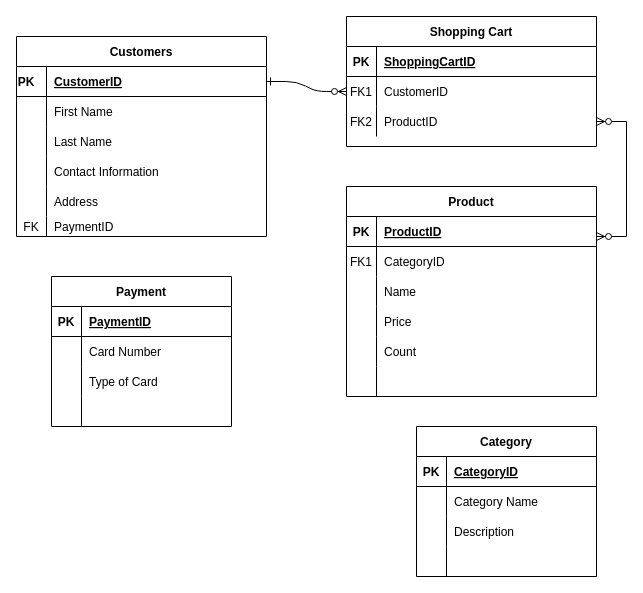
This is Untitled Diagram.drawio from NotNanetteKaye/EntityDiagram, a draw.io file, before an edit. Source tidied: cells renumbered, new cells numbered last; positions are measured from the earlier drawing's top-left corner, leaving out a move shared by most shapes. Both pictures are drawn from the tidied source at 100%, with x=0, y=0 at pixel (16, 16).
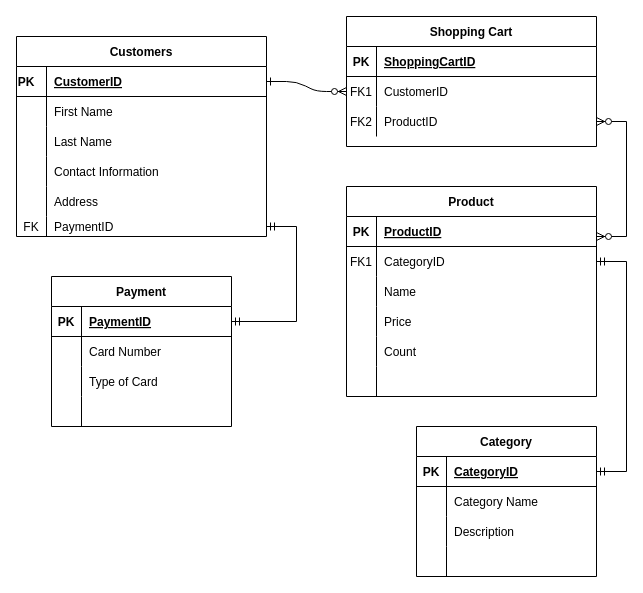
The same page after the edit.

Commit message:
added arrows to connect customers to payment table and category to product table

The change refers to these unchanged cells:
```xml
<mxCell id="17" style="shape=partialRectangle;fillColor=none;points=[[0,0.5],[1,0.5]];portConstraint=eastwest;top=0;left=0;right=0;bottom=0;" parent="13" vertex="1">
  <mxGeometry y="60" width="250" height="30" as="geometry" />
</mxCell>
<mxCell id="48" style="shape=partialRectangle;fillColor=none;points=[[0,0.5],[1,0.5]];portConstraint=eastwest;top=0;left=0;right=0;bottom=0;" parent="32" vertex="1">
  <mxGeometry y="180" width="250" height="20" as="geometry" />
</mxCell>
<mxCell id="52" style="shape=tableRow;horizontal=0;startSize=0;swimlaneHead=0;swimlaneBody=0;fillColor=none;points=[[0,0.5],[1,0.5]];portConstraint=eastwest;top=0;left=0;right=0;bottom=1;" parent="51" vertex="1">
  <mxGeometry y="30" width="180" height="30" as="geometry" />
</mxCell>
<mxCell id="67" style="shape=tableRow;horizontal=0;startSize=0;swimlaneHead=0;swimlaneBody=0;fillColor=none;points=[[0,0.5],[1,0.5]];portConstraint=eastwest;top=0;left=0;right=0;bottom=1;" parent="66" vertex="1">
  <mxGeometry y="30" width="180" height="30" as="geometry" />
</mxCell>
```

The edit, as a diff of the source:
```diff
@@
+    <mxCell id="80" style="edgeStyle=entityRelationEdgeStyle;fontSize=12;html=1;endArrow=ERmandOne;startArrow=ERmandOne;rounded=0;" parent="1" edge="1" source="67" target="48">
+      <mxGeometry relative="1" as="geometry" />
+    </mxCell>
+    <mxCell id="81" style="edgeStyle=entityRelationEdgeStyle;fontSize=12;html=1;endArrow=ERmandOne;startArrow=ERmandOne;rounded=0;exitX=1;exitY=0.5;exitDx=0;exitDy=0;entryX=1;entryY=0.5;entryDx=0;entryDy=0;" parent="1" edge="1" source="52" target="17">
+      <mxGeometry relative="1" as="geometry" />
+    </mxCell>
```
